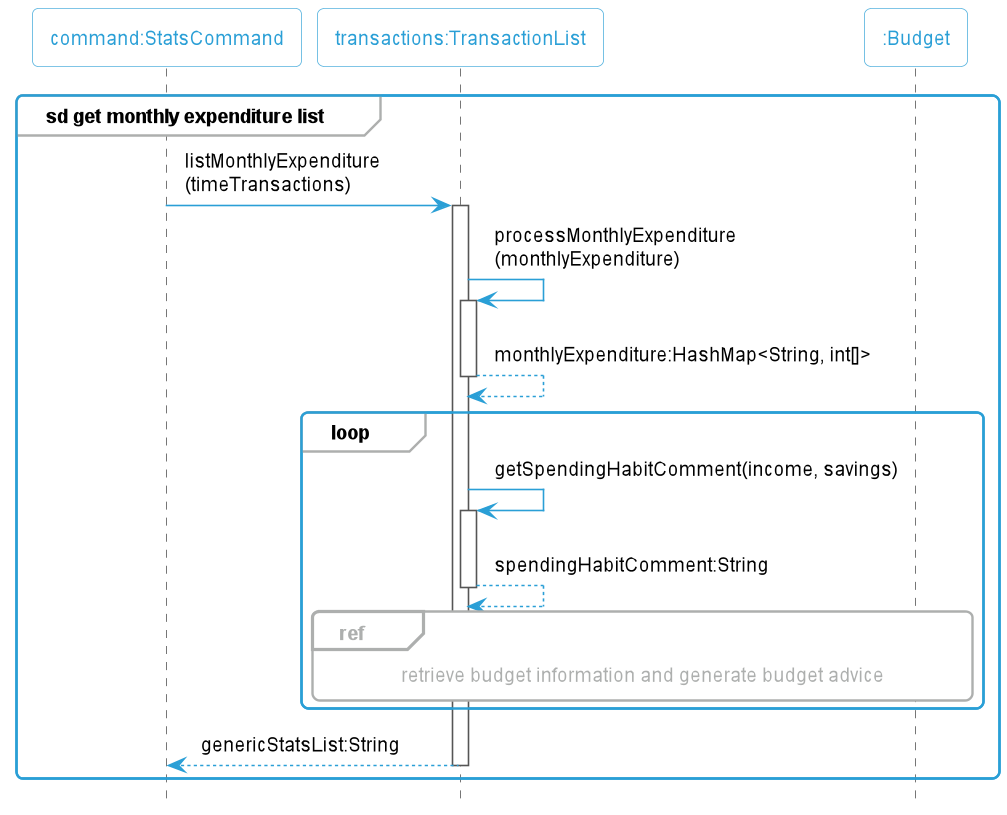
Above: docs/images/StatsCommandMonthlyExpenditureSequenceDiagram.png in nus-cs2113-AY2223S1/tp (PlantUML), before the change.
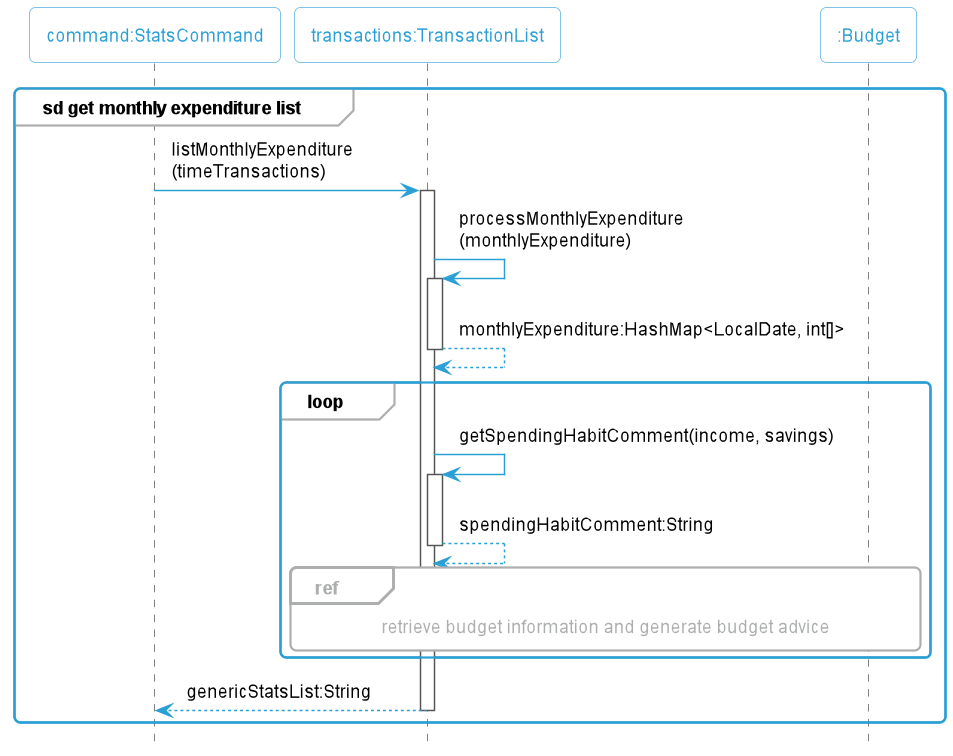
The same diagram one commit later.

Commit message:
Implemented sorted monthly expenditure using a sorted treemap

Diff of the diagram source:
```diff
@@ -10,7 +10,7 @@
 activate transactions
 transactions -> transactions:processMonthlyExpenditure\n(monthlyExpenditure)
 activate transactions
-return monthlyExpenditure:HashMap<String, int[]>
+return monthlyExpenditure:HashMap<LocalDate, int[]>
 loop
     transactions -> transactions:getSpendingHabitComment(income, savings)
     activate transactions
```
